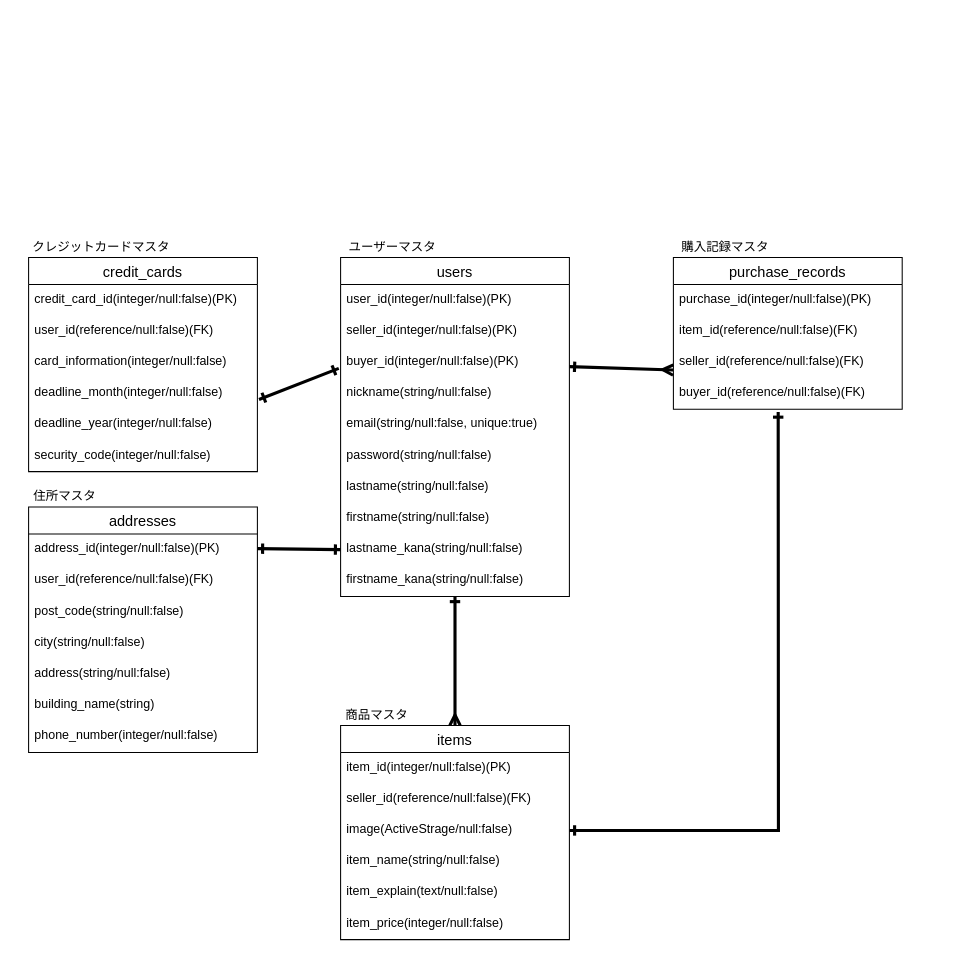
Shira3yuriharu/furima-32353 keeps this draw.io diagram as ER.dio. Above is the earlier version. Source tidied: cells renumbered, new cells numbered last; positions are measured from the earlier drawing's top-left corner, leaving out a move shared by most shapes. Both pictures are drawn from the tidied source at 104%, with x=0, y=0 at pixel (18, 236).
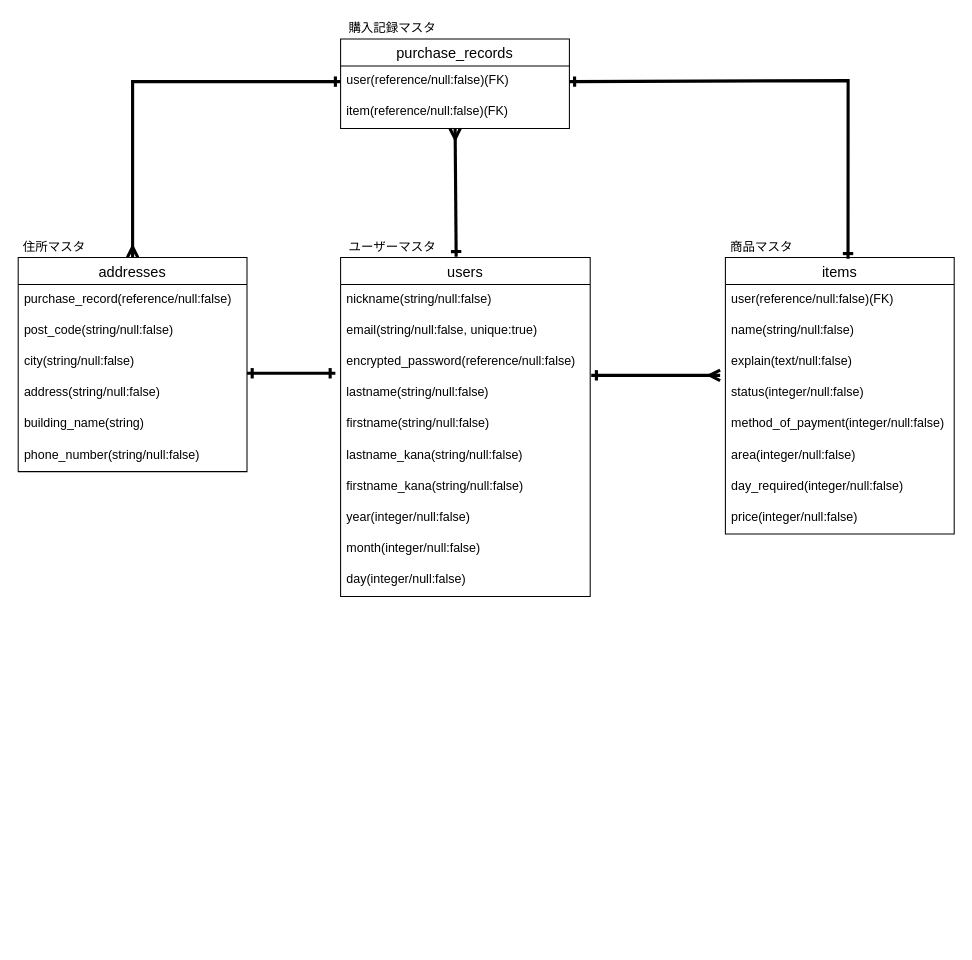
The same page after the edit.

Commit message (it also covers changes not shown here):
メンターの方からの指摘対応

Diff of the diagram source:
```diff
@@
     <mxCell id="2" value="addresses" style="swimlane;fontStyle=0;horizontal=1;startSize=26;align=center;fontSize=14;" parent="1" vertex="1">
-      <mxGeometry x="10" y="260" width="220" height="236" as="geometry" />
+      <mxGeometry y="20" width="220" height="206" as="geometry" />
     </mxCell>
-    <mxCell id="3" value="address_id(integer/null:false)(PK)" style="text;strokeColor=none;fillColor=none;spacingLeft=4;spacingRight=4;overflow=hidden;fontSize=12;" parent="2" vertex="1">
-      <mxGeometry y="26" width="220" height="30" as="geometry" />
-    </mxCell>
-    <mxCell id="4" value="user_id(reference/null:false)(FK)" style="text;strokeColor=none;fillColor=none;spacingLeft=4;spacingRight=4;overflow=hidden;fontSize=12;" parent="2" vertex="1">
-      <mxGeometry y="56" width="220" height="30" as="geometry" />
-    </mxCell>
-    <mxCell id="5" value="post_code(string/null:false)" style="text;strokeColor=none;fillColor=none;spacingLeft=4;spacingRight=4;overflow=hidden;fontSize=12;" parent="2" vertex="1">
-      <mxGeometry y="86" width="220" height="30" as="geometry" />
+    <mxCell id="5" value="purchase_record(reference/null:false)" style="text;strokeColor=none;fillColor=none;spacingLeft=4;spacingRight=4;overflow=hidden;fontSize=12;" parent="2" vertex="1">
+      <mxGeometry y="26" width="220" height="30" as="geometry" />
     </mxCell>
+    <mxCell id="50" value="post_code(string/null:false)" style="text;strokeColor=none;fillColor=none;spacingLeft=4;spacingRight=4;overflow=hidden;fontSize=12;" parent="2" vertex="1">
+      <mxGeometry y="56" width="220" height="30" as="geometry" />
+    </mxCell>
     <mxCell id="6" value="city(string/null:false)" style="text;strokeColor=none;fillColor=none;spacingLeft=4;spacingRight=4;overflow=hidden;points=[[0,0.5],[1,0.5]];portConstraint=eastwest;fontSize=12;" parent="2" vertex="1">
-      <mxGeometry y="116" width="220" height="30" as="geometry" />
+      <mxGeometry y="86" width="220" height="30" as="geometry" />
     </mxCell>
     <mxCell id="7" value="address(string/null:false)" style="text;strokeColor=none;fillColor=none;spacingLeft=4;spacingRight=4;overflow=hidden;fontSize=12;" parent="2" vertex="1">
-      <mxGeometry y="146" width="220" height="30" as="geometry" />
+      <mxGeometry y="116" width="220" height="30" as="geometry" />
     </mxCell>
     <mxCell id="8" value="building_name(string)" style="text;strokeColor=none;fillColor=none;spacingLeft=4;spacingRight=4;overflow=hidden;fontSize=12;" parent="2" vertex="1">
-      <mxGeometry y="176" width="220" height="30" as="geometry" />
+      <mxGeometry y="146" width="220" height="30" as="geometry" />
     </mxCell>
-    <mxCell id="9" value="phone_number(integer/null:false)" style="text;strokeColor=none;fillColor=none;spacingLeft=4;spacingRight=4;overflow=hidden;fontSize=12;" parent="2" vertex="1">
-      <mxGeometry y="206" width="220" height="30" as="geometry" />
+    <mxCell id="9" value="phone_number(string/null:false)" style="text;strokeColor=none;fillColor=none;spacingLeft=4;spacingRight=4;overflow=hidden;fontSize=12;" parent="2" vertex="1">
+      <mxGeometry y="176" width="220" height="30" as="geometry" />
     </mxCell>
     <mxCell id="10" value="users" style="swimlane;fontStyle=0;horizontal=1;startSize=26;align=center;fontSize=14;" parent="1" vertex="1">
-      <mxGeometry x="310" y="20" width="220" height="326" as="geometry" />
+      <mxGeometry x="310" y="20" width="240" height="326" as="geometry" />
     </mxCell>
-    <mxCell id="11" value="user_id(integer/null:false)(PK)" style="text;strokeColor=none;fillColor=none;spacingLeft=4;spacingRight=4;overflow=hidden;fontSize=12;" parent="10" vertex="1">
-      <mxGeometry y="26" width="220" height="30" as="geometry" />
-    </mxCell>
-    <mxCell id="12" value="seller_id(integer/null:false)(PK)" style="text;strokeColor=none;fillColor=none;spacingLeft=4;spacingRight=4;overflow=hidden;fontSize=12;" parent="10" vertex="1">
-      <mxGeometry y="56" width="220" height="30" as="geometry" />
-    </mxCell>
-    <mxCell id="13" value="buyer_id(integer/null:false)(PK)" style="text;strokeColor=none;fillColor=none;spacingLeft=4;spacingRight=4;overflow=hidden;points=[[0,0.5],[1,0.5]];portConstraint=eastwest;fontSize=12;" parent="10" vertex="1">
-      <mxGeometry y="86" width="220" height="30" as="geometry" />
-    </mxCell>
     <mxCell id="14" value="nickname(string/null:false)" style="text;strokeColor=none;fillColor=none;spacingLeft=4;spacingRight=4;overflow=hidden;fontSize=12;" parent="10" vertex="1">
-      <mxGeometry y="116" width="220" height="30" as="geometry" />
+      <mxGeometry y="26" width="240" height="30" as="geometry" />
     </mxCell>
     <mxCell id="15" value="email(string/null:false, unique:true)" style="text;strokeColor=none;fillColor=none;spacingLeft=4;spacingRight=4;overflow=hidden;fontSize=12;" parent="10" vertex="1">
-      <mxGeometry y="146" width="220" height="30" as="geometry" />
+      <mxGeometry y="56" width="240" height="30" as="geometry" />
     </mxCell>
-    <mxCell id="16" value="password(string/null:false)" style="text;strokeColor=none;fillColor=none;spacingLeft=4;spacingRight=4;overflow=hidden;points=[[0,0.5],[1,0.5]];portConstraint=eastwest;fontSize=12;" parent="10" vertex="1">
-      <mxGeometry y="176" width="220" height="30" as="geometry" />
+    <mxCell id="16" value="encrypted_password(reference/null:false)" style="text;strokeColor=none;fillColor=none;spacingLeft=4;spacingRight=4;overflow=hidden;points=[[0,0.5],[1,0.5]];portConstraint=eastwest;fontSize=12;" parent="10" vertex="1">
+      <mxGeometry y="86" width="240" height="30" as="geometry" />
     </mxCell>
     <mxCell id="17" value="lastname(string/null:false)" style="text;strokeColor=none;fillColor=none;spacingLeft=4;spacingRight=4;overflow=hidden;points=[[0,0.5],[1,0.5]];portConstraint=eastwest;fontSize=12;" parent="10" vertex="1">
-      <mxGeometry y="206" width="220" height="30" as="geometry" />
+      <mxGeometry y="116" width="240" height="30" as="geometry" />
     </mxCell>
     <mxCell id="18" value="firstname(string/null:false)" style="text;strokeColor=none;fillColor=none;spacingLeft=4;spacingRight=4;overflow=hidden;fontSize=12;" parent="10" vertex="1">
-      <mxGeometry y="236" width="220" height="30" as="geometry" />
+      <mxGeometry y="146" width="240" height="30" as="geometry" />
     </mxCell>
     <mxCell id="19" value="lastname_kana(string/null:false)" style="text;strokeColor=none;fillColor=none;spacingLeft=4;spacingRight=4;overflow=hidden;points=[[0,0.5],[1,0.5]];portConstraint=eastwest;fontSize=12;" parent="10" vertex="1">
-      <mxGeometry y="266" width="220" height="30" as="geometry" />
+      <mxGeometry y="176" width="240" height="30" as="geometry" />
     </mxCell>
     <mxCell id="20" value="firstname_kana(string/null:false)" style="text;strokeColor=none;fillColor=none;spacingLeft=4;spacingRight=4;overflow=hidden;fontSize=12;" parent="10" vertex="1">
-      <mxGeometry y="296" width="220" height="30" as="geometry" />
+      <mxGeometry y="206" width="240" height="30" as="geometry" />
     </mxCell>
-    <mxCell id="21" value="credit_cards" style="swimlane;fontStyle=0;horizontal=1;startSize=26;align=center;fontSize=14;" parent="1" vertex="1">
-      <mxGeometry x="10" y="20" width="220" height="206" as="geometry" />
-    </mxCell>
-    <mxCell id="22" value="credit_card_id(integer/null:false)(PK)" style="text;strokeColor=none;fillColor=none;spacingLeft=4;spacingRight=4;overflow=hidden;fontSize=12;" parent="21" vertex="1">
-      <mxGeometry y="26" width="220" height="30" as="geometry" />
-    </mxCell>
-    <mxCell id="23" value="user_id(reference/null:false)(FK)" style="text;strokeColor=none;fillColor=none;spacingLeft=4;spacingRight=4;overflow=hidden;fontSize=12;" parent="21" vertex="1">
-      <mxGeometry y="56" width="220" height="30" as="geometry" />
-    </mxCell>
-    <mxCell id="24" value="card_information(integer/null:false)" style="text;strokeColor=none;fillColor=none;spacingLeft=4;spacingRight=4;overflow=hidden;fontSize=12;" parent="21" vertex="1">
-      <mxGeometry y="86" width="220" height="30" as="geometry" />
-    </mxCell>
-    <mxCell id="25" value="deadline_month(integer/null:false)" style="text;strokeColor=none;fillColor=none;spacingLeft=4;spacingRight=4;overflow=hidden;points=[[0,0.5],[1,0.5]];portConstraint=eastwest;fontSize=12;" parent="21" vertex="1">
-      <mxGeometry y="116" width="220" height="30" as="geometry" />
-    </mxCell>
-    <mxCell id="26" value="deadline_year(integer/null:false)" style="text;strokeColor=none;fillColor=none;spacingLeft=4;spacingRight=4;overflow=hidden;fontSize=12;" parent="21" vertex="1">
-      <mxGeometry y="146" width="220" height="30" as="geometry" />
-    </mxCell>
-    <mxCell id="27" value="security_code(integer/null:false)" style="text;strokeColor=none;fillColor=none;spacingLeft=4;spacingRight=4;overflow=hidden;fontSize=12;" parent="21" vertex="1">
-      <mxGeometry y="176" width="220" height="30" as="geometry" />
-    </mxCell>
-    <mxCell id="28" style="endArrow=ERone;html=1;rounded=0;endFill=0;startArrow=ERone;startFill=0;jumpSize=16;strokeWidth=3;entryX=-0.008;entryY=0.689;entryDx=0;entryDy=0;entryPerimeter=0;exitX=1.007;exitY=0.689;exitDx=0;exitDy=0;exitPerimeter=0;" parent="1" edge="1" source="25" target="13">
-      <mxGeometry relative="1" as="geometry" />
-    </mxCell>
+    <mxCell id="51" value="year(integer/null:false)" style="text;strokeColor=none;fillColor=none;spacingLeft=4;spacingRight=4;overflow=hidden;fontSize=12;" parent="10" vertex="1">
+      <mxGeometry y="236" width="240" height="30" as="geometry" />
+    </mxCell>
+    <mxCell id="52" value="month(integer/null:false)" style="text;strokeColor=none;fillColor=none;spacingLeft=4;spacingRight=4;overflow=hidden;fontSize=12;" parent="10" vertex="1">
+      <mxGeometry y="266" width="240" height="30" as="geometry" />
+    </mxCell>
+    <mxCell id="53" value="day(integer/null:false)" style="text;strokeColor=none;fillColor=none;spacingLeft=4;spacingRight=4;overflow=hidden;fontSize=12;" parent="10" vertex="1">
+      <mxGeometry y="296" width="240" height="30" as="geometry" />
+    </mxCell>
     <mxCell id="29" value="items" style="swimlane;fontStyle=0;horizontal=1;startSize=26;align=center;fontSize=14;" parent="1" vertex="1">
-      <mxGeometry x="310" y="470" width="220" height="206" as="geometry" />
+      <mxGeometry x="680" y="20" width="220" height="266" as="geometry" />
     </mxCell>
-    <mxCell id="30" value="item_id(integer/null:false)(PK)" style="text;strokeColor=none;fillColor=none;spacingLeft=4;spacingRight=4;overflow=hidden;fontSize=12;" parent="29" vertex="1">
-      <mxGeometry y="26" width="220" height="30" as="geometry" />
-    </mxCell>
-    <mxCell id="31" value="seller_id(reference/null:false)(FK)" style="text;strokeColor=none;fillColor=none;spacingLeft=4;spacingRight=4;overflow=hidden;fontSize=12;" parent="29" vertex="1">
-      <mxGeometry y="56" width="220" height="30" as="geometry" />
+    <mxCell id="31" value="user(reference/null:false)(FK)" style="text;strokeColor=none;fillColor=none;spacingLeft=4;spacingRight=4;overflow=hidden;fontSize=12;" parent="29" vertex="1">
+      <mxGeometry y="26" width="220" height="30" as="geometry" />
     </mxCell>
-    <mxCell id="32" value="image(ActiveStrage/null:false)" style="text;strokeColor=none;fillColor=none;spacingLeft=4;spacingRight=4;overflow=hidden;points=[[0,0.5],[1,0.5]];portConstraint=eastwest;fontSize=12;" parent="29" vertex="1">
-      <mxGeometry y="86" width="220" height="30" as="geometry" />
-    </mxCell>
-    <mxCell id="33" value="item_name(string/null:false)" style="text;strokeColor=none;fillColor=none;spacingLeft=4;spacingRight=4;overflow=hidden;fontSize=12;" parent="29" vertex="1">
-      <mxGeometry y="116" width="220" height="30" as="geometry" />
-    </mxCell>
-    <mxCell id="34" value="item_explain(text/null:false)" style="text;strokeColor=none;fillColor=none;spacingLeft=4;spacingRight=4;overflow=hidden;fontSize=12;" parent="29" vertex="1">
-      <mxGeometry y="146" width="220" height="30" as="geometry" />
-    </mxCell>
+    <mxCell id="54" value="name(string/null:false)" style="text;strokeColor=none;fillColor=none;spacingLeft=4;spacingRight=4;overflow=hidden;fontSize=12;" parent="29" vertex="1">
+      <mxGeometry y="56" width="220" height="30" as="geometry" />
+    </mxCell>
+    <mxCell id="55" value="explain(text/null:false)" style="text;strokeColor=none;fillColor=none;spacingLeft=4;spacingRight=4;overflow=hidden;fontSize=12;" parent="29" vertex="1">
+      <mxGeometry y="86" width="220" height="30" as="geometry" />
+    </mxCell>
+    <mxCell id="56" value="status(integer/null:false)" style="text;strokeColor=none;fillColor=none;spacingLeft=4;spacingRight=4;overflow=hidden;points=[[0,0.5],[1,0.5]];portConstraint=eastwest;fontSize=12;" parent="29" vertex="1">
+      <mxGeometry y="116" width="220" height="30" as="geometry" />
+    </mxCell>
+    <mxCell id="57" value="method_of_payment(integer/null:false)" style="text;strokeColor=none;fillColor=none;spacingLeft=4;spacingRight=4;overflow=hidden;fontSize=12;" parent="29" vertex="1">
+      <mxGeometry y="146" width="220" height="30" as="geometry" />
+    </mxCell>
+    <mxCell id="58" value="area(integer/null:false)" style="text;strokeColor=none;fillColor=none;spacingLeft=4;spacingRight=4;overflow=hidden;fontSize=12;" parent="29" vertex="1">
+      <mxGeometry y="176" width="220" height="30" as="geometry" />
+    </mxCell>
+    <mxCell id="59" value="day_required(integer/null:false)" style="text;strokeColor=none;fillColor=none;spacingLeft=4;spacingRight=4;overflow=hidden;fontSize=12;" parent="29" vertex="1">
+      <mxGeometry y="206" width="220" height="30" as="geometry" />
+    </mxCell>
-    <mxCell id="35" value="item_price(integer/null:false)" style="text;strokeColor=none;fillColor=none;spacingLeft=4;spacingRight=4;overflow=hidden;fontSize=12;" parent="29" vertex="1">
-      <mxGeometry y="176" width="220" height="30" as="geometry" />
+    <mxCell id="35" value="price(integer/null:false)" style="text;strokeColor=none;fillColor=none;spacingLeft=4;spacingRight=4;overflow=hidden;fontSize=12;" parent="29" vertex="1">
+      <mxGeometry y="236" width="220" height="30" as="geometry" />
     </mxCell>
-    <mxCell id="36" style="endArrow=ERmany;html=1;rounded=0;endFill=0;startArrow=ERone;startFill=0;jumpSize=16;strokeWidth=3;exitX=1;exitY=0.5;exitDx=0;exitDy=0;entryX=-0.001;entryY=0.744;entryDx=0;entryDy=0;entryPerimeter=0;" parent="1" edge="1" target="42">
-      <mxGeometry relative="1" as="geometry">
-        <mxPoint x="530" y="125" as="sourcePoint" />
-      </mxGeometry>
+    <mxCell id="36" style="endArrow=ERmany;html=1;rounded=0;endFill=0;startArrow=ERone;startFill=0;jumpSize=16;strokeWidth=3;exitX=0.463;exitY=-0.002;exitDx=0;exitDy=0;exitPerimeter=0;" parent="1" edge="1" source="10" target="43">
+      <mxGeometry relative="1" as="geometry" />
     </mxCell>
@@
     <mxCell id="38" value="商品マスタ" style="text;html=1;strokeColor=none;fillColor=none;align=center;verticalAlign=middle;whiteSpace=wrap;rounded=0;" parent="1" vertex="1">
-      <mxGeometry x="310" y="450" width="70" height="20" as="geometry" />
+      <mxGeometry x="680" width="70" height="20" as="geometry" />
     </mxCell>
     <mxCell id="39" value="purchase_records" style="swimlane;fontStyle=0;horizontal=1;startSize=26;align=center;fontSize=14;" parent="1" vertex="1">
-      <mxGeometry x="630" y="20" width="220" height="146" as="geometry" />
+      <mxGeometry x="310" y="-190" width="220" height="86" as="geometry" />
     </mxCell>
-    <mxCell id="40" value="purchase_id(integer/null:false)(PK)" style="text;strokeColor=none;fillColor=none;spacingLeft=4;spacingRight=4;overflow=hidden;fontSize=12;" parent="39" vertex="1">
-      <mxGeometry y="26" width="220" height="30" as="geometry" />
-    </mxCell>
-    <mxCell id="41" value="item_id(reference/null:false)(FK)" style="text;strokeColor=none;fillColor=none;spacingLeft=4;spacingRight=4;overflow=hidden;fontSize=12;" parent="39" vertex="1">
-      <mxGeometry y="56" width="220" height="30" as="geometry" />
-    </mxCell>
-    <mxCell id="42" value="seller_id(reference/null:false)(FK)" style="text;strokeColor=none;fillColor=none;spacingLeft=4;spacingRight=4;overflow=hidden;points=[[0,0.5],[1,0.5]];portConstraint=eastwest;fontSize=12;" parent="39" vertex="1">
-      <mxGeometry y="86" width="220" height="30" as="geometry" />
+    <mxCell id="42" value="user(reference/null:false)(FK)" style="text;strokeColor=none;fillColor=none;spacingLeft=4;spacingRight=4;overflow=hidden;points=[[0,0.5],[1,0.5]];portConstraint=eastwest;fontSize=12;" parent="39" vertex="1">
+      <mxGeometry y="26" width="220" height="30" as="geometry" />
     </mxCell>
-    <mxCell id="43" value="buyer_id(reference/null:false)(FK)" style="text;strokeColor=none;fillColor=none;spacingLeft=4;spacingRight=4;overflow=hidden;points=[[0,0.5],[1,0.5]];portConstraint=eastwest;fontSize=12;" parent="39" vertex="1">
-      <mxGeometry y="116" width="220" height="30" as="geometry" />
+    <mxCell id="43" value="item(reference/null:false)(FK)" style="text;strokeColor=none;fillColor=none;spacingLeft=4;spacingRight=4;overflow=hidden;points=[[0,0.5],[1,0.5]];portConstraint=eastwest;fontSize=12;" parent="39" vertex="1">
+      <mxGeometry y="56" width="220" height="30" as="geometry" />
     </mxCell>
     <mxCell id="44" value="購入記録マスタ" style="text;html=1;strokeColor=none;fillColor=none;align=center;verticalAlign=middle;whiteSpace=wrap;rounded=0;" parent="1" vertex="1">
-      <mxGeometry x="630" width="100" height="20" as="geometry" />
+      <mxGeometry x="310" y="-210" width="100" height="20" as="geometry" />
     </mxCell>
-    <mxCell id="45" value="クレジットカードマスタ" style="text;html=1;strokeColor=none;fillColor=none;align=center;verticalAlign=middle;whiteSpace=wrap;rounded=0;" parent="1" vertex="1">
-      <mxGeometry width="160" height="20" as="geometry" />
-    </mxCell>
     <mxCell id="46" value="住所マスタ" style="text;html=1;strokeColor=none;fillColor=none;align=center;verticalAlign=middle;whiteSpace=wrap;rounded=0;" parent="1" vertex="1">
-      <mxGeometry x="10" y="240" width="70" height="20" as="geometry" />
+      <mxGeometry width="70" height="20" as="geometry" />
     </mxCell>
-    <mxCell id="47" style="endArrow=ERmany;html=1;rounded=0;endFill=0;startArrow=ERone;startFill=0;jumpSize=16;strokeWidth=3;entryX=0.5;entryY=0;entryDx=0;entryDy=0;exitX=0.5;exitY=1;exitDx=0;exitDy=0;" parent="1" edge="1" source="10" target="29">
+    <mxCell id="47" style="endArrow=ERmany;html=1;rounded=0;endFill=0;startArrow=ERone;startFill=0;jumpSize=16;strokeWidth=3;entryX=-0.023;entryY=-0.087;entryDx=0;entryDy=0;exitX=1.004;exitY=-0.087;exitDx=0;exitDy=0;entryPerimeter=0;exitPerimeter=0;" parent="1" edge="1" source="17" target="56">
       <mxGeometry relative="1" as="geometry" />
     </mxCell>
-    <mxCell id="48" style="endArrow=ERone;html=1;rounded=0;endFill=0;startArrow=ERone;startFill=0;jumpSize=16;strokeWidth=3;entryX=0;entryY=0.5;entryDx=0;entryDy=0;exitX=1.007;exitY=0.689;exitDx=0;exitDy=0;exitPerimeter=0;" parent="1" edge="1" target="19">
-      <mxGeometry relative="1" as="geometry">
-        <mxPoint x="230" y="300" as="sourcePoint" />
-      </mxGeometry>
+    <mxCell id="48" style="endArrow=ERone;html=1;rounded=0;endFill=0;startArrow=ERone;startFill=0;jumpSize=16;strokeWidth=3;entryX=-0.021;entryY=0.847;entryDx=0;entryDy=0;exitX=1;exitY=0.847;exitDx=0;exitDy=0;exitPerimeter=0;entryPerimeter=0;" parent="1" edge="1" source="6" target="16">
+      <mxGeometry relative="1" as="geometry" />
     </mxCell>
-    <mxCell id="49" style="endArrow=ERone;html=1;rounded=0;endFill=0;startArrow=ERone;startFill=0;jumpSize=16;strokeWidth=3;entryX=0.458;entryY=1.087;entryDx=0;entryDy=0;exitX=1;exitY=0.5;exitDx=0;exitDy=0;entryPerimeter=0;" parent="1" edge="1" source="32" target="43">
+    <mxCell id="49" style="endArrow=ERone;html=1;rounded=0;endFill=0;startArrow=ERone;startFill=0;jumpSize=16;strokeWidth=3;entryX=1;entryY=0.5;entryDx=0;entryDy=0;exitX=0.536;exitY=0.005;exitDx=0;exitDy=0;exitPerimeter=0;" parent="1" edge="1" source="29" target="42">
       <mxGeometry relative="1" as="geometry">
         <Array as="points">
-          <mxPoint x="731" y="571" />
+          <mxPoint x="798" y="-150" />
         </Array>
       </mxGeometry>
     </mxCell>
+    <mxCell id="60" style="endArrow=ERone;html=1;rounded=0;endFill=0;startArrow=ERmany;startFill=0;jumpSize=16;strokeWidth=3;entryX=0;entryY=0.5;entryDx=0;entryDy=0;exitX=0.5;exitY=0;exitDx=0;exitDy=0;" parent="1" edge="1" source="2" target="42">
+      <mxGeometry relative="1" as="geometry">
+        <Array as="points">
+          <mxPoint x="110" y="-70" />
+          <mxPoint x="110" y="-149" />
+        </Array>
+      </mxGeometry>
+    </mxCell>
```
